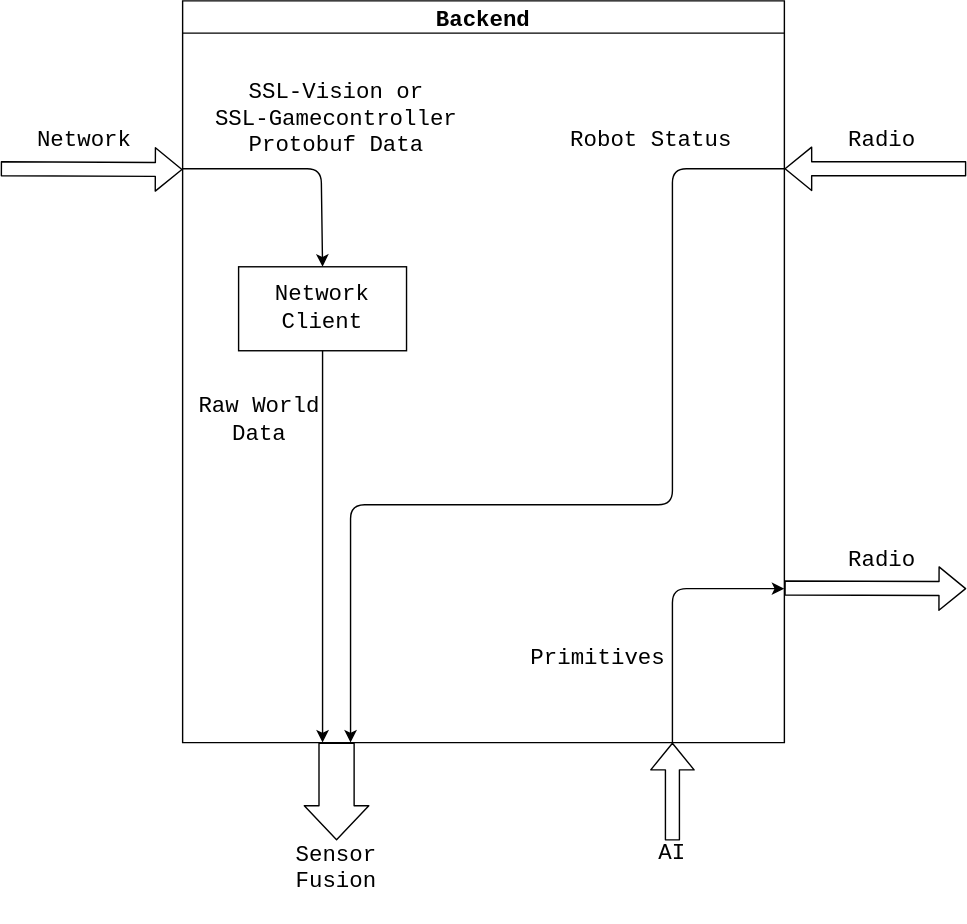
Earlier version of the draw.io export docs/images/backend_diagram.svg (UBC-Thunderbots/Software). Source tidied: cells renumbered, new cells last; positions are measured from the earlier drawing's top-left corner, leaving out a move shared by most shapes.
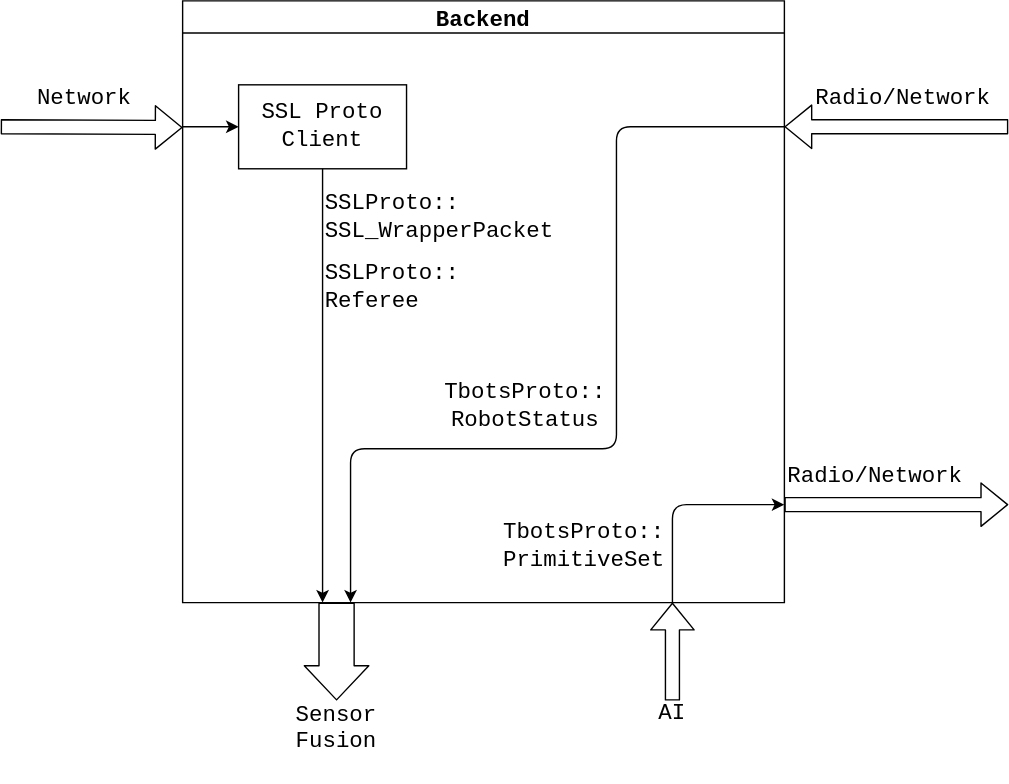
The same diagram one commit later.

Change to the diagram source:
```diff
@@ -3,51 +3,48 @@
     <mxCell id="0" />
     <mxCell id="1" parent="0" />
     <mxCell id="2" value="Backend" style="swimlane;fontFamily=Courier New;fontSize=16;" parent="1" vertex="1">
-      <mxGeometry x="130" width="430" height="530" as="geometry" />
+      <mxGeometry x="130" y="30" width="430" height="430" as="geometry" />
     </mxCell>
-    <mxCell id="3" value="Network Client" style="rounded=0;whiteSpace=wrap;html=1;fontFamily=Courier New;fontSize=16;" parent="2" vertex="1">
-      <mxGeometry x="40" y="190" width="120" height="60" as="geometry" />
+    <mxCell id="3" value="SSL Proto Client" style="rounded=0;whiteSpace=wrap;html=1;fontFamily=Courier New;fontSize=16;" parent="2" vertex="1">
+      <mxGeometry x="40" y="60" width="120" height="60" as="geometry" />
     </mxCell>
-    <mxCell id="4" style="endArrow=classic;html=1;fontFamily=Courier New;fontSize=16;entryX=0.5;entryY=0;entryDx=0;entryDy=0;" parent="2" edge="1" target="3">
+    <mxCell id="4" style="endArrow=classic;html=1;fontFamily=Courier New;fontSize=16;entryX=0;entryY=0.5;entryDx=0;entryDy=0;" parent="2" edge="1" target="3">
       <mxGeometry relative="1" as="geometry">
-        <mxPoint y="120" as="sourcePoint" />
-        <Array as="points">
-          <mxPoint x="99" y="120" />
-        </Array>
+        <mxPoint y="90" as="sourcePoint" />
       </mxGeometry>
     </mxCell>
-    <mxCell id="5" value="&lt;div&gt;SSL-Vision or&lt;/div&gt;&lt;div&gt;SSL-Gamecontroller Protobuf Data&lt;/div&gt;" style="text;html=1;strokeColor=none;fillColor=none;align=center;verticalAlign=middle;whiteSpace=wrap;rounded=0;fontFamily=Courier New;fontSize=16;" parent="2" vertex="1">
-      <mxGeometry x="10" y="50" width="200" height="70" as="geometry" />
-    </mxCell>
     <mxCell id="6" style="endArrow=classic;html=1;fontFamily=Courier New;fontSize=16;" parent="2" edge="1">
       <mxGeometry relative="1" as="geometry">
-        <mxPoint x="430" y="120" as="sourcePoint" />
-        <mxPoint x="120" y="530" as="targetPoint" />
+        <mxPoint x="430" y="90" as="sourcePoint" />
+        <mxPoint x="120" y="430" as="targetPoint" />
         <Array as="points">
-          <mxPoint x="350" y="120" />
-          <mxPoint x="350" y="360" />
-          <mxPoint x="120" y="360" />
+          <mxPoint x="310" y="90" />
+          <mxPoint x="310" y="320" />
+          <mxPoint x="120" y="320" />
         </Array>
       </mxGeometry>
     </mxCell>
-    <mxCell id="7" value="Raw World Data" style="text;html=1;strokeColor=none;fillColor=none;align=center;verticalAlign=middle;whiteSpace=wrap;rounded=0;fontFamily=Courier New;fontSize=16;" parent="2" vertex="1">
-      <mxGeometry x="10" y="290" width="90" height="20" as="geometry" />
+    <mxCell id="7" value="SSLProto:: SSL_WrapperPacket" style="text;html=1;strokeColor=none;fillColor=none;align=left;verticalAlign=middle;whiteSpace=wrap;rounded=0;fontFamily=Courier New;fontSize=16;whiteSpace=wrap;html=1;" parent="2" vertex="1">
+      <mxGeometry x="100" y="130" width="90" height="50" as="geometry" />
     </mxCell>
-    <mxCell id="8" value="Robot Status" style="text;html=1;strokeColor=none;fillColor=none;align=center;verticalAlign=middle;whiteSpace=wrap;rounded=0;fontFamily=Courier New;fontSize=16;" parent="2" vertex="1">
-      <mxGeometry x="250" y="90" width="170" height="20" as="geometry" />
+    <mxCell id="8" value="TbotsProto:: RobotStatus" style="text;html=1;strokeColor=none;fillColor=none;align=center;verticalAlign=middle;whiteSpace=wrap;rounded=0;fontFamily=Courier New;fontSize=16;" parent="2" vertex="1">
+      <mxGeometry x="190" y="270" width="110" height="40" as="geometry" />
     </mxCell>
     <mxCell id="9" style="endArrow=classic;html=1;fontFamily=Courier New;fontSize=16;" parent="2" edge="1">
       <mxGeometry relative="1" as="geometry">
-        <mxPoint x="350" y="530" as="sourcePoint" />
-        <mxPoint x="430" y="420" as="targetPoint" />
+        <mxPoint x="350" y="430" as="sourcePoint" />
+        <mxPoint x="430" y="360" as="targetPoint" />
         <Array as="points">
-          <mxPoint x="350" y="420" />
+          <mxPoint x="350" y="360" />
         </Array>
       </mxGeometry>
     </mxCell>
-    <mxCell id="10" value="Primitives" style="text;html=1;strokeColor=none;fillColor=none;align=center;verticalAlign=middle;whiteSpace=wrap;rounded=0;fontFamily=Courier New;fontSize=16;" parent="2" vertex="1">
-      <mxGeometry x="240" y="460" width="114" height="20" as="geometry" />
+    <mxCell id="10" value="TbotsProto:: PrimitiveSet" style="text;html=1;strokeColor=none;fillColor=none;align=center;verticalAlign=middle;whiteSpace=wrap;rounded=0;fontFamily=Courier New;fontSize=16;" parent="2" vertex="1">
+      <mxGeometry x="230" y="380" width="114" height="20" as="geometry" />
     </mxCell>
+    <mxCell id="22" value="SSLProto:: Referee" style="text;html=1;strokeColor=none;fillColor=none;align=left;verticalAlign=middle;whiteSpace=wrap;rounded=0;fontFamily=Courier New;fontSize=16;whiteSpace=wrap;html=1;" parent="2" vertex="1">
+      <mxGeometry x="100" y="180" width="90" height="50" as="geometry" />
+    </mxCell>
     <mxCell id="11" style="shape=flexArrow;endArrow=classic;html=1;fontFamily=Courier New;" parent="1" edge="1">
       <mxGeometry relative="1" as="geometry">
         <mxPoint y="120" as="sourcePoint" />
@@ -59,43 +56,43 @@
     </mxCell>
     <mxCell id="13" style="shape=flexArrow;endArrow=classic;html=1;fontFamily=Courier New;fontSize=16;" parent="1" edge="1">
       <mxGeometry relative="1" as="geometry">
-        <mxPoint x="690" y="120" as="sourcePoint" />
+        <mxPoint x="720" y="120" as="sourcePoint" />
         <mxPoint x="560" y="120" as="targetPoint" />
       </mxGeometry>
     </mxCell>
-    <mxCell id="14" value="Radio" style="text;html=1;strokeColor=none;fillColor=none;align=center;verticalAlign=middle;whiteSpace=wrap;rounded=0;fontFamily=Courier New;fontSize=16;" parent="1" vertex="1">
-      <mxGeometry x="600" y="90" width="60" height="20" as="geometry" />
+    <mxCell id="14" value="Radio/Network" style="text;html=1;strokeColor=none;fillColor=none;align=center;verticalAlign=middle;whiteSpace=wrap;rounded=0;fontFamily=Courier New;fontSize=16;" parent="1" vertex="1">
+      <mxGeometry x="580" y="90" width="130" height="20" as="geometry" />
     </mxCell>
-    <mxCell id="15" style="shape=flexArrow;endArrow=classic;html=1;fontFamily=Courier New;fontSize=16;" parent="1" edge="1">
-      <mxGeometry relative="1" as="geometry">
-        <mxPoint x="560" y="419.5" as="sourcePoint" />
-        <mxPoint x="690" y="420" as="targetPoint" />
-      </mxGeometry>
-    </mxCell>
-    <mxCell id="16" value="Radio" style="text;html=1;strokeColor=none;fillColor=none;align=center;verticalAlign=middle;whiteSpace=wrap;rounded=0;fontFamily=Courier New;fontSize=16;" parent="1" vertex="1">
-      <mxGeometry x="600" y="390" width="60" height="20" as="geometry" />
-    </mxCell>
     <mxCell id="17" style="shape=flexArrow;endArrow=classic;html=1;fontFamily=Courier New;fontSize=16;width=25.100671140939596;endSize=7.787919463087248;" parent="1" edge="1">
       <mxGeometry relative="1" as="geometry">
-        <mxPoint x="240" y="530" as="sourcePoint" />
-        <mxPoint x="240" y="600" as="targetPoint" />
+        <mxPoint x="240" y="460" as="sourcePoint" />
+        <mxPoint x="240" y="530" as="targetPoint" />
       </mxGeometry>
     </mxCell>
     <mxCell id="18" value="&lt;div&gt;Sensor Fusion&lt;/div&gt;&lt;div&gt;&lt;br&gt;&lt;/div&gt;" style="text;html=1;strokeColor=none;fillColor=none;align=center;verticalAlign=middle;whiteSpace=wrap;rounded=0;fontFamily=Courier New;fontSize=16;" parent="1" vertex="1">
-      <mxGeometry x="220" y="620" width="40" height="20" as="geometry" />
+      <mxGeometry x="220" y="550" width="40" height="20" as="geometry" />
     </mxCell>
     <mxCell id="19" style="shape=flexArrow;endArrow=classic;html=1;fontFamily=Courier New;fontSize=16;exitX=0.5;exitY=0;exitDx=0;exitDy=0;" parent="1" edge="1" source="20">
       <mxGeometry relative="1" as="geometry">
-        <mxPoint x="480" y="530" as="targetPoint" />
+        <mxPoint x="480" y="460" as="targetPoint" />
       </mxGeometry>
     </mxCell>
     <mxCell id="20" value="AI" style="text;html=1;strokeColor=none;fillColor=none;align=center;verticalAlign=middle;whiteSpace=wrap;rounded=0;fontFamily=Courier New;fontSize=16;" parent="1" vertex="1">
-      <mxGeometry x="460" y="600" width="40" height="20" as="geometry" />
+      <mxGeometry x="460" y="530" width="40" height="20" as="geometry" />
     </mxCell>
     <mxCell id="21" style="edgeStyle=orthogonalEdgeStyle;rounded=0;jettySize=auto;html=1;" parent="1" edge="1" source="3">
       <mxGeometry relative="1" as="geometry">
-        <mxPoint x="230" y="530" as="targetPoint" />
+        <mxPoint x="230" y="460" as="targetPoint" />
       </mxGeometry>
     </mxCell>
+    <mxCell id="23" style="shape=flexArrow;endArrow=none;html=1;fontFamily=Courier New;fontSize=16;endFill=0;startArrow=block;" parent="1" edge="1">
+      <mxGeometry relative="1" as="geometry">
+        <mxPoint x="720" y="390" as="sourcePoint" />
+        <mxPoint x="560" y="390" as="targetPoint" />
+      </mxGeometry>
+    </mxCell>
+    <mxCell id="24" value="Radio/Network" style="text;html=1;strokeColor=none;fillColor=none;align=center;verticalAlign=middle;whiteSpace=wrap;rounded=0;fontFamily=Courier New;fontSize=16;" parent="1" vertex="1">
+      <mxGeometry x="560" y="360" width="130" height="20" as="geometry" />
+    </mxCell>
   </root>
 </mxGraphModel>
```
